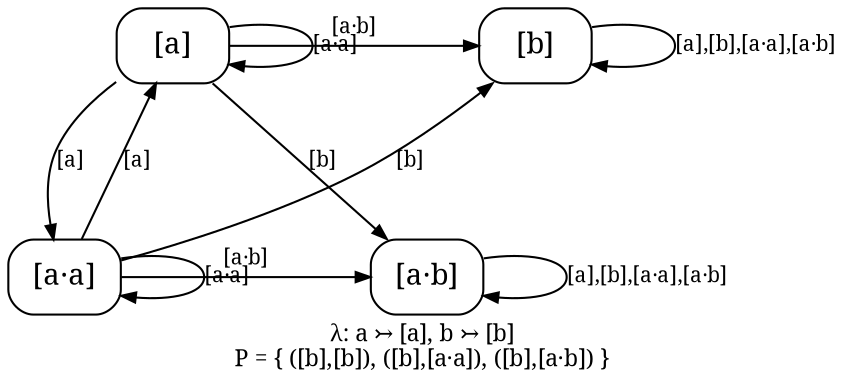
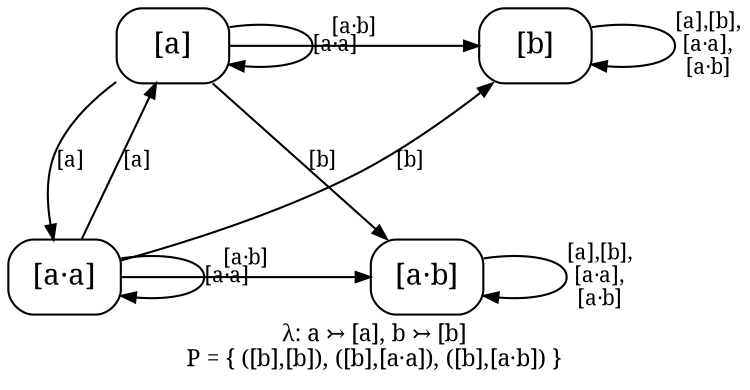
// sos2cayley even.sos --rename a=a,!a=b
digraph core_F2_even {
  rankdir=TB;
  ranksep=0.87; nodesep=0.55;
  node [shape=box, style=rounded, fontname="serif", margin="0.06,0.03"];
  edge [fontname="serif", fontsize=10, arrowsize=0.7];
  label="λ: a ↣ [a], b ↣ [b]\nP = { ([b],[b]), ([b],[a·a]), ([b],[a·b]) }";
  labelloc="b"; labeljust="c"; fontname="serif"; fontsize=11;

  a [label="[a]"];
  b [label="[b]"];
  aa [label="[a·a]"];
  ab [label="[a·b]"];

  { rank=same; a b; }
  { rank=same; aa ab; }

  a -> aa [label="[a]", weight=3];
  a -> ab [label="[b]", weight=3];
  a -> a [label="[a·a]", weight=1];
  a -> b [label="[a·b]", weight=1];
-   b -> b [label="[a],[b],[a·a],[a·b]", weight=1];
+   b -> b [label="[a],[b],\n[a·a],\n[a·b]", weight=1];
  aa -> a [label="[a]", weight=1];
  aa -> b [label="[b]", weight=1];
  aa -> aa [label="[a·a]", weight=1];
  aa -> ab [label="[a·b]", weight=1];
-   ab -> ab [label="[a],[b],[a·a],[a·b]", weight=1];
+   ab -> ab [label="[a],[b],\n[a·a],\n[a·b]", weight=1];
}
